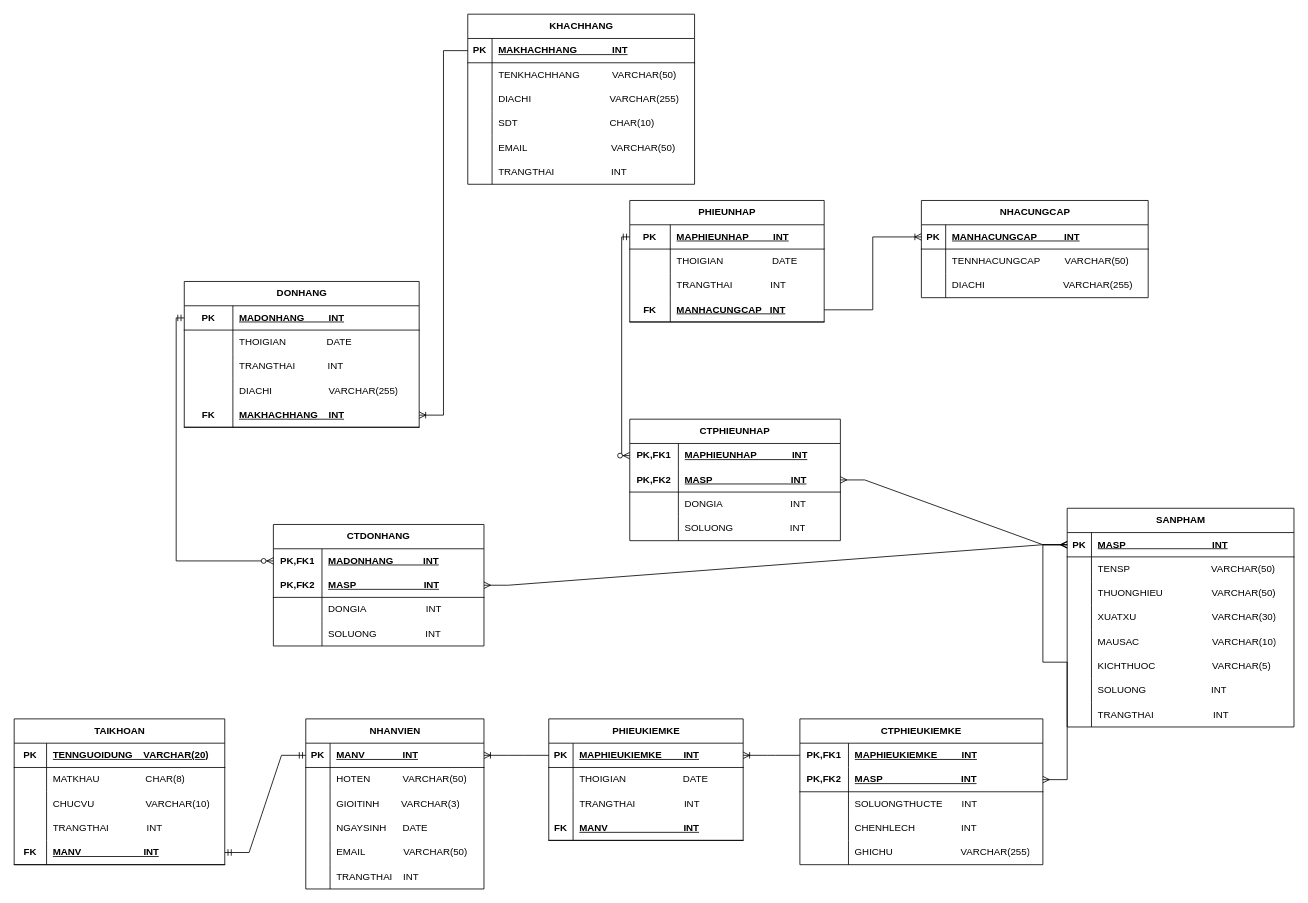
This is erd/quanlycuahangbanquanao.drawio from nvkdzvcl/Project_Java, a draw.io file, before an edit. Source tidied: cells renumbered, new cells numbered last; positions are measured from the earlier drawing's top-left corner, leaving out a move shared by most shapes. Both pictures are drawn from the tidied source at 81%, with x=0, y=0 at pixel (14, 14).
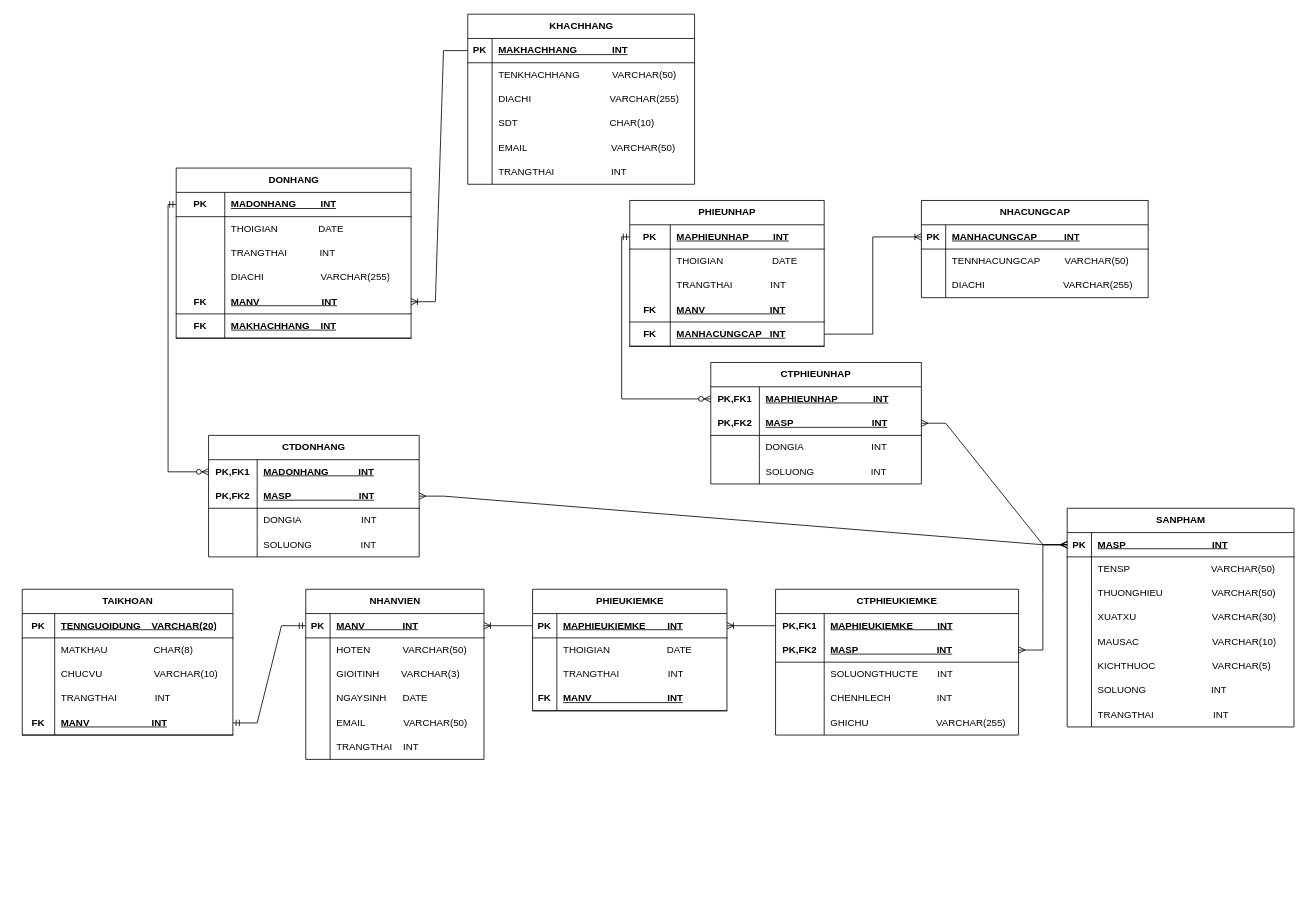
The same diagram, later.

Unchanged cells that the change refers to:
```xml
<mxCell id="137" style="shape=tableRow;horizontal=0;startSize=0;swimlaneHead=0;swimlaneBody=0;fillColor=none;points=[[0,0.5],[1,0.5]];portConstraint=eastwest;top=0;left=0;right=0;bottom=1;" parent="124" vertex="1">
  <mxGeometry y="150" width="290" height="30" as="geometry" />
</mxCell>
```

What changed in the source:
```diff
@@
     <mxCell id="2" value="NHANVIEN" style="shape=table;startSize=30;childLayout=tableLayout;rowLines=0;fontStyle=1;align=center;html=1;" parent="1" vertex="1">
-      <mxGeometry x="360" y="870" width="220" height="210" as="geometry" />
+      <mxGeometry x="360" y="710" width="220" height="210" as="geometry" />
     </mxCell>
@@
     <mxCell id="21" value="PHIEUKIEMKE" style="shape=table;startSize=30;childLayout=tableLayout;rowLines=0;fontStyle=1;align=center;html=1;" parent="1" vertex="1">
-      <mxGeometry x="660" y="870" width="240" height="150" as="geometry" />
+      <mxGeometry x="640" y="710" width="240" height="150" as="geometry" />
     </mxCell>
@@
     <mxCell id="34" value="CTPHIEUKIEMKE" style="shape=table;startSize=30;childLayout=tableLayout;rowLines=0;fontStyle=1;align=center;html=1;whiteSpace=wrap;" parent="1" vertex="1">
-      <mxGeometry x="970" y="870" width="300" height="180" as="geometry" />
+      <mxGeometry x="940" y="710" width="300" height="180" as="geometry" />
     </mxCell>
@@
     <mxCell id="111" value="PHIEUNHAP" style="shape=table;startSize=30;childLayout=tableLayout;rowLines=0;fontStyle=1;align=center;html=1;" parent="1" vertex="1">
-      <mxGeometry x="760" y="230" width="240" height="150" as="geometry" />
+      <mxGeometry x="760" y="230" width="240" height="180" as="geometry" />
     </mxCell>
@@
+    <mxCell id="185" style="shape=tableRow;horizontal=0;startSize=0;swimlaneHead=0;swimlaneBody=0;fillColor=none;top=0;left=0;right=0;bottom=1;" parent="111" vertex="1">
+      <mxGeometry y="120" width="240" height="30" as="geometry" />
+    </mxCell>
+    <mxCell id="186" value="FK" style="shape=partialRectangle;fillColor=none;top=0;left=0;bottom=0;right=0;fontStyle=1;overflow=hidden;whiteSpace=wrap;html=1;" parent="185" vertex="1">
+      <mxGeometry width="50" height="30" as="geometry" />
+    </mxCell>
+    <mxCell id="187" value="MANV&amp;nbsp; &amp;nbsp; &amp;nbsp; &amp;nbsp; &amp;nbsp; &amp;nbsp; &amp;nbsp; &amp;nbsp; &amp;nbsp; &amp;nbsp; &amp;nbsp; &amp;nbsp; INT" style="shape=partialRectangle;fillColor=none;top=0;left=0;bottom=0;right=0;align=left;spacingLeft=6;fontStyle=5;overflow=hidden;whiteSpace=wrap;html=1;" parent="185" vertex="1">
+      <mxGeometry x="50" width="190" height="30" as="geometry" />
+    </mxCell>
     <mxCell id="121" style="shape=tableRow;horizontal=0;startSize=0;swimlaneHead=0;swimlaneBody=0;fillColor=none;points=[[0,0.5],[1,0.5]];portConstraint=eastwest;top=0;left=0;right=0;bottom=1;" parent="111" vertex="1">
-      <mxGeometry y="120" width="240" height="30" as="geometry" />
+      <mxGeometry y="150" width="240" height="30" as="geometry" />
     </mxCell>
@@
     <mxCell id="124" value="DONHANG" style="shape=table;startSize=30;childLayout=tableLayout;rowLines=0;fontStyle=1;align=center;html=1;" parent="1" vertex="1">
-      <mxGeometry x="210" y="330" width="290" height="180" as="geometry" />
+      <mxGeometry x="200" y="190" width="290" height="210" as="geometry" />
     </mxCell>
@@
-    <mxCell id="139" value="MAKHACHHANG&amp;nbsp; &amp;nbsp; INT" style="shape=partialRectangle;fillColor=none;top=0;left=0;bottom=0;right=0;align=left;spacingLeft=6;fontStyle=5;overflow=hidden;whiteSpace=wrap;html=1;" parent="137" vertex="1">
+    <mxCell id="139" value="MANV&amp;nbsp; &amp;nbsp; &amp;nbsp; &amp;nbsp; &amp;nbsp; &amp;nbsp; &amp;nbsp; &amp;nbsp; &amp;nbsp; &amp;nbsp; &amp;nbsp; &amp;nbsp;INT" style="shape=partialRectangle;fillColor=none;top=0;left=0;bottom=0;right=0;align=left;spacingLeft=6;fontStyle=5;overflow=hidden;whiteSpace=wrap;html=1;" parent="137" vertex="1">
       <mxGeometry x="60" width="230" height="30" as="geometry" />
     </mxCell>
+    <mxCell id="188" style="shape=tableRow;horizontal=0;startSize=0;swimlaneHead=0;swimlaneBody=0;fillColor=none;top=0;left=0;right=0;bottom=1;" parent="124" vertex="1">
+      <mxGeometry y="180" width="290" height="30" as="geometry" />
+    </mxCell>
+    <mxCell id="189" value="FK" style="shape=partialRectangle;fillColor=none;top=0;left=0;bottom=0;right=0;fontStyle=1;overflow=hidden;whiteSpace=wrap;html=1;" parent="188" vertex="1">
+      <mxGeometry width="60" height="30" as="geometry" />
+    </mxCell>
+    <mxCell id="190" value="MAKHACHHANG&amp;nbsp; &amp;nbsp; INT" style="shape=partialRectangle;fillColor=none;top=0;left=0;bottom=0;right=0;align=left;spacingLeft=6;fontStyle=5;overflow=hidden;whiteSpace=wrap;html=1;" parent="188" vertex="1">
+      <mxGeometry x="60" width="230" height="30" as="geometry" />
+    </mxCell>
     <mxCell id="140" value="CTPHIEUNHAP" style="shape=table;startSize=30;childLayout=tableLayout;rowLines=0;fontStyle=1;align=center;html=1;whiteSpace=wrap;" parent="1" vertex="1">
-      <mxGeometry x="760" y="500" width="260" height="150" as="geometry" />
+      <mxGeometry x="860" y="430" width="260" height="150" as="geometry" />
     </mxCell>
@@
     <mxCell id="153" value="CTDONHANG" style="shape=table;startSize=30;childLayout=tableLayout;rowLines=0;fontStyle=1;align=center;html=1;whiteSpace=wrap;" parent="1" vertex="1">
-      <mxGeometry x="320" y="630" width="260" height="150" as="geometry" />
+      <mxGeometry x="240" y="520" width="260" height="150" as="geometry" />
     </mxCell>
@@
     <mxCell id="166" value="TAIKHOAN" style="shape=table;startSize=30;childLayout=tableLayout;rowLines=0;fontStyle=1;align=center;html=1;" parent="1" vertex="1">
-      <mxGeometry y="870" width="260" height="180" as="geometry" />
+      <mxGeometry x="10" y="710" width="260" height="180" as="geometry" />
     </mxCell>
```
